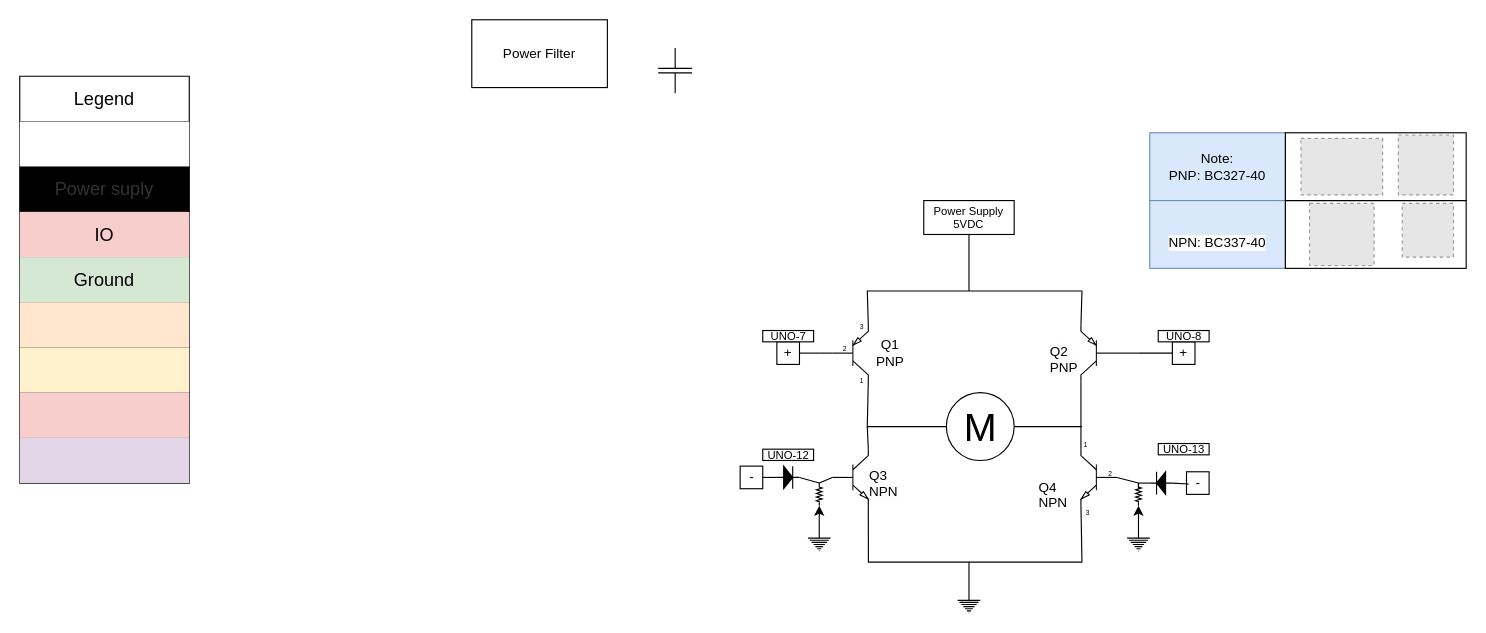
Before: page "Schematic" (5 of 5) of Self_Driving_Truck.drawio in usernamesareusless/Truck, a draw.io diagram. Source tidied: cells renumbered, new cells numbered last; positions are measured from the earlier drawing's top-left corner, leaving out a move shared by most shapes. Both pictures are drawn from the tidied source at 113%, with x=0, y=0 at pixel (19, 19). Pictures stored in the file or linked from it are replaced by grey dashed boxes.
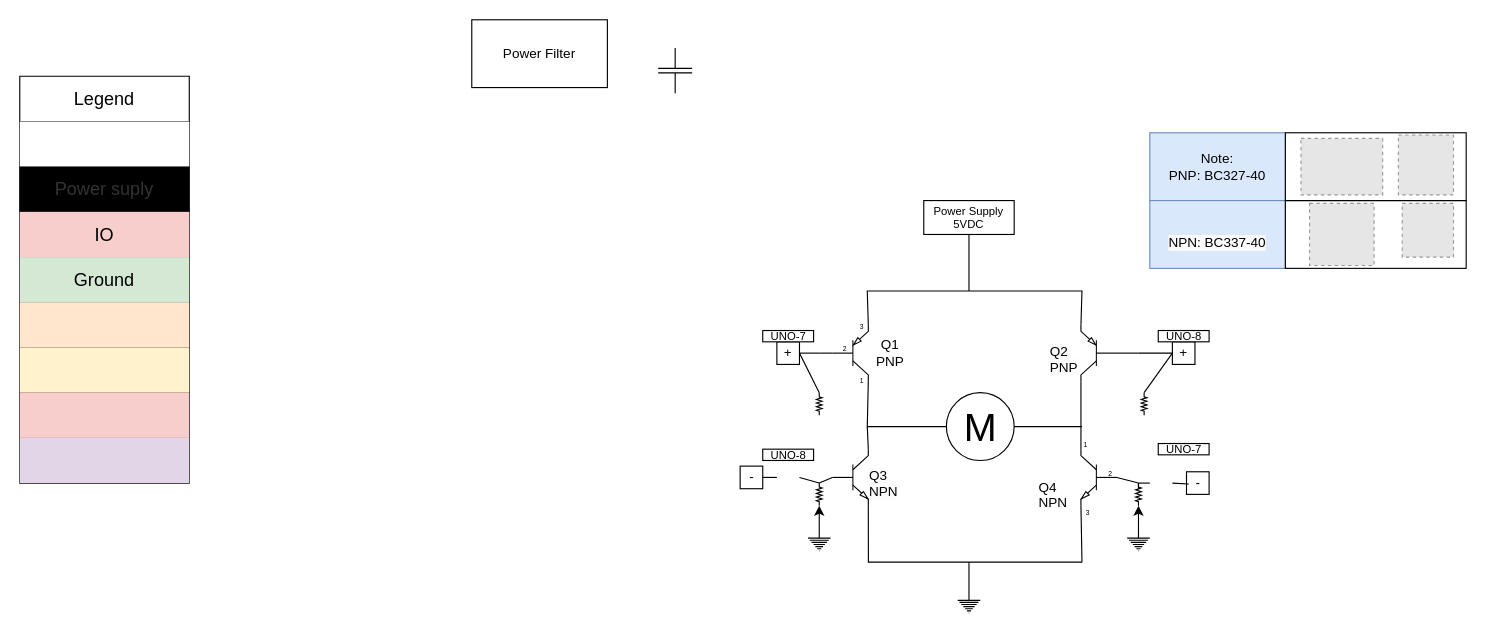
The same diagram, later.

The change refers to these unchanged cells:
```xml
<mxCell id="25" value="+" style="rounded=0;whiteSpace=wrap;html=1;" parent="1" vertex="1">
  <mxGeometry x="670" y="285" width="20" height="20" as="geometry" />
</mxCell>
<mxCell id="26" value="+" style="rounded=0;whiteSpace=wrap;html=1;" parent="1" vertex="1">
  <mxGeometry x="1020" y="285" width="20" height="20" as="geometry" />
</mxCell>
<mxCell id="27" value="-" style="rounded=0;whiteSpace=wrap;html=1;" parent="1" vertex="1">
  <mxGeometry x="637.5" y="395" width="20" height="20" as="geometry" />
</mxCell>
<mxCell id="28" value="-" style="rounded=0;whiteSpace=wrap;html=1;" parent="1" vertex="1">
  <mxGeometry x="1032.5" y="400" width="20" height="20" as="geometry" />
</mxCell>
<mxCell id="30" style="verticalLabelPosition=bottom;shadow=0;dashed=0;align=center;html=1;verticalAlign=top;shape=mxgraph.electrical.resistors.resistor_2;direction=south;" parent="1" vertex="1">
  <mxGeometry x="705" y="410" width="5" height="20" as="geometry" />
</mxCell>
<mxCell id="39" style="verticalLabelPosition=bottom;shadow=0;dashed=0;align=center;html=1;verticalAlign=top;shape=mxgraph.electrical.resistors.resistor_2;direction=south;" parent="1" vertex="1">
  <mxGeometry x="987.5" y="410" width="5" height="20" as="geometry" />
</mxCell>
```

The edit, as a diff of the source:
```diff
@@
-    <mxCell id="45" value="UNO-12" style="rounded=0;whiteSpace=wrap;html=1;fontSize=10;" parent="1" vertex="1">
+    <mxCell id="45" value="UNO-8" style="rounded=0;whiteSpace=wrap;html=1;fontSize=10;" parent="1" vertex="1">
       <mxGeometry x="657.5" y="380" width="45" height="10" as="geometry" />
     </mxCell>
-    <mxCell id="46" value="UNO-13" style="rounded=0;whiteSpace=wrap;html=1;fontSize=10;" parent="1" vertex="1">
+    <mxCell id="46" value="UNO-7" style="rounded=0;whiteSpace=wrap;html=1;fontSize=10;" parent="1" vertex="1">
       <mxGeometry x="1007.5" y="375" width="45" height="10" as="geometry" />
     </mxCell>
@@
-    <mxCell id="79" style="fillColor=strokeColor;verticalLabelPosition=bottom;shadow=0;dashed=0;align=center;html=1;verticalAlign=top;shape=mxgraph.electrical.diodes.diode;flipV=1;flipH=1;" parent="1" vertex="1">
-      <mxGeometry x="1000" y="400" width="20" height="20" as="geometry" />
-    </mxCell>
-    <mxCell id="80" style="endArrow=none;html=1;rounded=0;entryX=0.1;entryY=0.541;entryDx=0;entryDy=0;entryPerimeter=0;exitX=0;exitY=0.5;exitDx=0;exitDy=0;exitPerimeter=0;" parent="1" edge="1" source="79" target="28">
-      <mxGeometry relative="1" as="geometry" />
+    <mxCell id="80" style="endArrow=none;html=1;rounded=0;entryX=0.1;entryY=0.541;entryDx=0;entryDy=0;entryPerimeter=0;exitX=0;exitY=0.5;exitDx=0;exitDy=0;exitPerimeter=0;" parent="1" edge="1" target="28">
+      <mxGeometry relative="1" as="geometry">
+        <mxPoint x="1020" y="410" as="sourcePoint" />
+      </mxGeometry>
     </mxCell>
-    <mxCell id="81" style="endArrow=none;html=1;rounded=0;entryX=0;entryY=0.5;entryDx=0;entryDy=0;entryPerimeter=0;exitX=1;exitY=0.5;exitDx=0;exitDy=0;exitPerimeter=0;" parent="1" edge="1" source="79" target="39">
-      <mxGeometry relative="1" as="geometry" />
+    <mxCell id="81" style="endArrow=none;html=1;rounded=0;entryX=0;entryY=0.5;entryDx=0;entryDy=0;entryPerimeter=0;exitX=1;exitY=0.5;exitDx=0;exitDy=0;exitPerimeter=0;" parent="1" edge="1" target="39">
+      <mxGeometry relative="1" as="geometry">
+        <mxPoint x="1000" y="410" as="sourcePoint" />
+      </mxGeometry>
     </mxCell>
-    <mxCell id="82" style="fillColor=strokeColor;verticalLabelPosition=bottom;shadow=0;dashed=0;align=center;html=1;verticalAlign=top;shape=mxgraph.electrical.diodes.diode;flipV=1;flipH=0;" parent="1" vertex="1">
-      <mxGeometry x="670" y="395" width="20" height="20" as="geometry" />
-    </mxCell>
-    <mxCell id="83" style="endArrow=none;html=1;rounded=0;entryX=1;entryY=0.5;entryDx=0;entryDy=0;exitX=0;exitY=0.5;exitDx=0;exitDy=0;exitPerimeter=0;" parent="1" edge="1" source="82" target="27">
-      <mxGeometry relative="1" as="geometry" />
+    <mxCell id="83" style="endArrow=none;html=1;rounded=0;entryX=1;entryY=0.5;entryDx=0;entryDy=0;exitX=0;exitY=0.5;exitDx=0;exitDy=0;exitPerimeter=0;" parent="1" edge="1" target="27">
+      <mxGeometry relative="1" as="geometry">
+        <mxPoint x="670" y="405" as="sourcePoint" />
+      </mxGeometry>
     </mxCell>
-    <mxCell id="84" style="endArrow=none;html=1;rounded=0;exitX=1;exitY=0.5;exitDx=0;exitDy=0;exitPerimeter=0;entryX=0;entryY=0.5;entryDx=0;entryDy=0;entryPerimeter=0;" parent="1" edge="1" source="82" target="30">
-      <mxGeometry relative="1" as="geometry" />
+    <mxCell id="84" style="endArrow=none;html=1;rounded=0;exitX=1;exitY=0.5;exitDx=0;exitDy=0;exitPerimeter=0;entryX=0;entryY=0.5;entryDx=0;entryDy=0;entryPerimeter=0;" parent="1" edge="1" target="30">
+      <mxGeometry relative="1" as="geometry">
+        <mxPoint x="690" y="405" as="sourcePoint" />
+      </mxGeometry>
     </mxCell>
+    <mxCell id="85" style="verticalLabelPosition=bottom;shadow=0;dashed=0;align=center;html=1;verticalAlign=top;shape=mxgraph.electrical.resistors.resistor_2;direction=south;" parent="1" vertex="1">
+      <mxGeometry x="705" y="330" width="5" height="20" as="geometry" />
+    </mxCell>
+    <mxCell id="86" style="verticalLabelPosition=bottom;shadow=0;dashed=0;align=center;html=1;verticalAlign=top;shape=mxgraph.electrical.resistors.resistor_2;direction=south;" parent="1" vertex="1">
+      <mxGeometry x="992.5" y="330" width="5" height="20" as="geometry" />
+    </mxCell>
+    <mxCell id="87" style="endArrow=none;html=1;rounded=0;exitX=0;exitY=0.5;exitDx=0;exitDy=0;exitPerimeter=0;entryX=1;entryY=0.5;entryDx=0;entryDy=0;" parent="1" edge="1" source="85" target="25">
+      <mxGeometry relative="1" as="geometry" />
+    </mxCell>
+    <mxCell id="88" style="endArrow=none;html=1;rounded=0;entryX=0;entryY=0.5;entryDx=0;entryDy=0;exitX=0;exitY=0.5;exitDx=0;exitDy=0;exitPerimeter=0;" parent="1" edge="1" source="86" target="26">
+      <mxGeometry relative="1" as="geometry" />
+    </mxCell>
```
